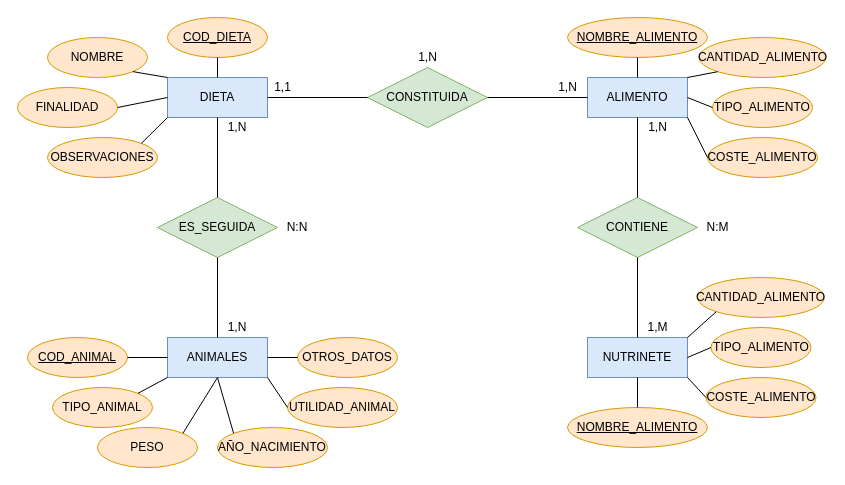
Earlier version of the draw.io diagram Dietas_Ganaderas.drawio (Axel-Vicente/BBDD). Source tidied: cells renumbered, new cells numbered last; positions are measured from the earlier drawing's top-left corner, leaving out a move shared by most shapes. Both pictures are drawn from the tidied source at 100%, with x=0, y=0 at pixel (17, 17).
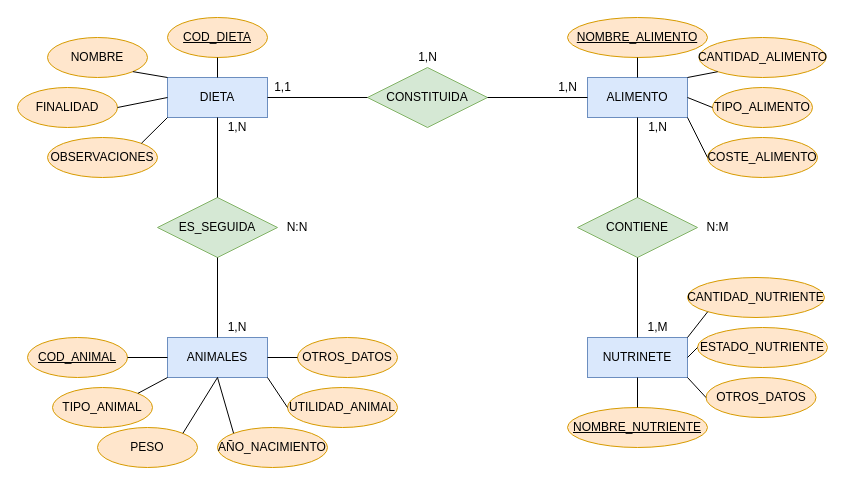
After the change.

Change to the diagram source:
```diff
@@
-    <mxCell id="40" value="NOMBRE_ALIMENTO" style="ellipse;whiteSpace=wrap;html=1;align=center;fillColor=#ffe6cc;strokeColor=#d79b00;fontStyle=4;" parent="1" vertex="1">
+    <mxCell id="40" value="NOMBRE_NUTRIENTE" style="ellipse;whiteSpace=wrap;html=1;align=center;fillColor=#ffe6cc;strokeColor=#d79b00;fontStyle=4;" parent="1" vertex="1">
       <mxGeometry x="550" y="390" width="140" height="40" as="geometry" />
     </mxCell>
-    <mxCell id="41" value="TIPO_ALIMENTO" style="ellipse;whiteSpace=wrap;html=1;align=center;fillColor=#ffe6cc;strokeColor=#d79b00;" parent="1" vertex="1">
-      <mxGeometry x="693.5" y="310" width="100" height="40" as="geometry" />
+    <mxCell id="41" value="ESTADO_NUTRIENTE" style="ellipse;whiteSpace=wrap;html=1;align=center;fillColor=#ffe6cc;strokeColor=#d79b00;" parent="1" vertex="1">
+      <mxGeometry x="680" y="310" width="130" height="40" as="geometry" />
     </mxCell>
-    <mxCell id="42" value="CANTIDAD_ALIMENTO" style="ellipse;whiteSpace=wrap;html=1;align=center;fillColor=#ffe6cc;strokeColor=#d79b00;" parent="1" vertex="1">
-      <mxGeometry x="680" y="260" width="127" height="40" as="geometry" />
+    <mxCell id="42" value="CANTIDAD_NUTRIENTE" style="ellipse;whiteSpace=wrap;html=1;align=center;fillColor=#ffe6cc;strokeColor=#d79b00;" parent="1" vertex="1">
+      <mxGeometry x="670" y="260" width="137" height="40" as="geometry" />
     </mxCell>
-    <mxCell id="43" value="COSTE_ALIMENTO" style="ellipse;whiteSpace=wrap;html=1;align=center;fillColor=#ffe6cc;strokeColor=#d79b00;" parent="1" vertex="1">
+    <mxCell id="43" value="OTROS_DATOS" style="ellipse;whiteSpace=wrap;html=1;align=center;fillColor=#ffe6cc;strokeColor=#d79b00;" parent="1" vertex="1">
       <mxGeometry x="688.5" y="360" width="110" height="40" as="geometry" />
     </mxCell>
```
